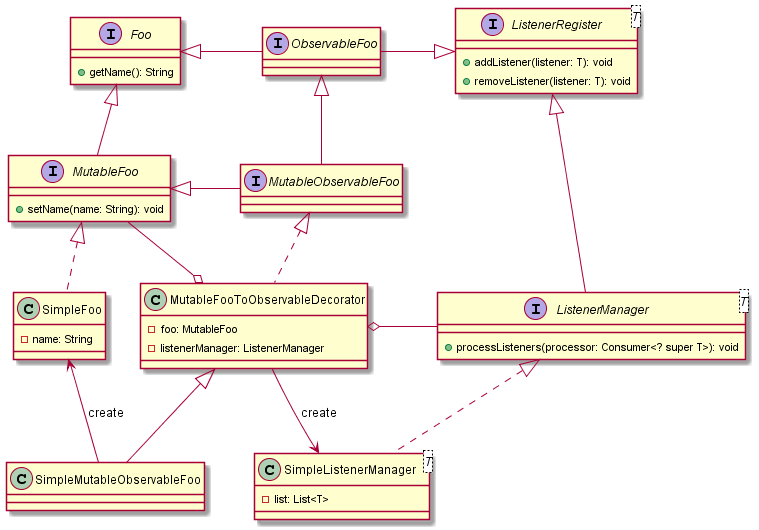
t-kgd/blog keeps this PlantUML diagram as kotlinvalvar/kotlinvalvar/doc/observable.png. Above is the earlier version.
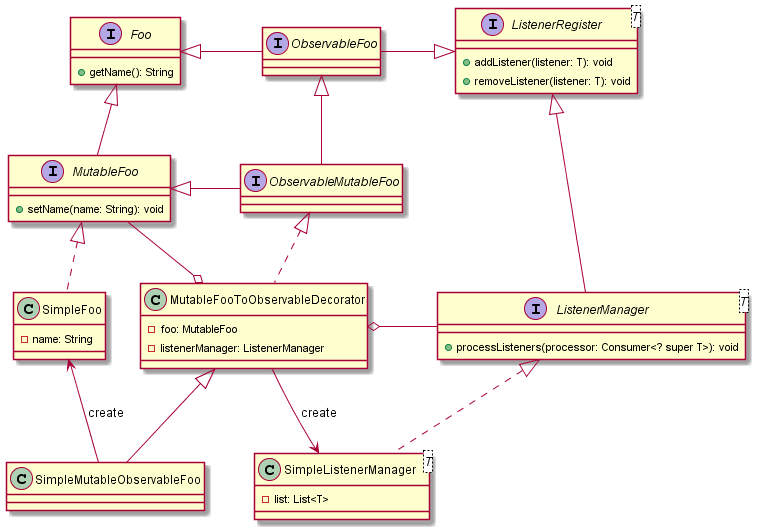
The same diagram one commit later.

Commit message:
fix 名前の間違いを修正。

The edit, as a diff of the source:
```diff
@@ -34,12 +34,12 @@
 interface ObservableFoo {
 }
 
-ObservableFoo <|-- MutableObservableFoo
-MutableFoo <|- MutableObservableFoo
-interface MutableObservableFoo {
+ObservableFoo <|-- ObservableMutableFoo
+MutableFoo <|- ObservableMutableFoo
+interface ObservableMutableFoo {
 }
 
-MutableObservableFoo <|.. MutableFooToObservableDecorator
+ObservableMutableFoo <|.. MutableFooToObservableDecorator
 class MutableFooToObservableDecorator {
 -foo: MutableFoo
 -listenerManager: ListenerManager
```
